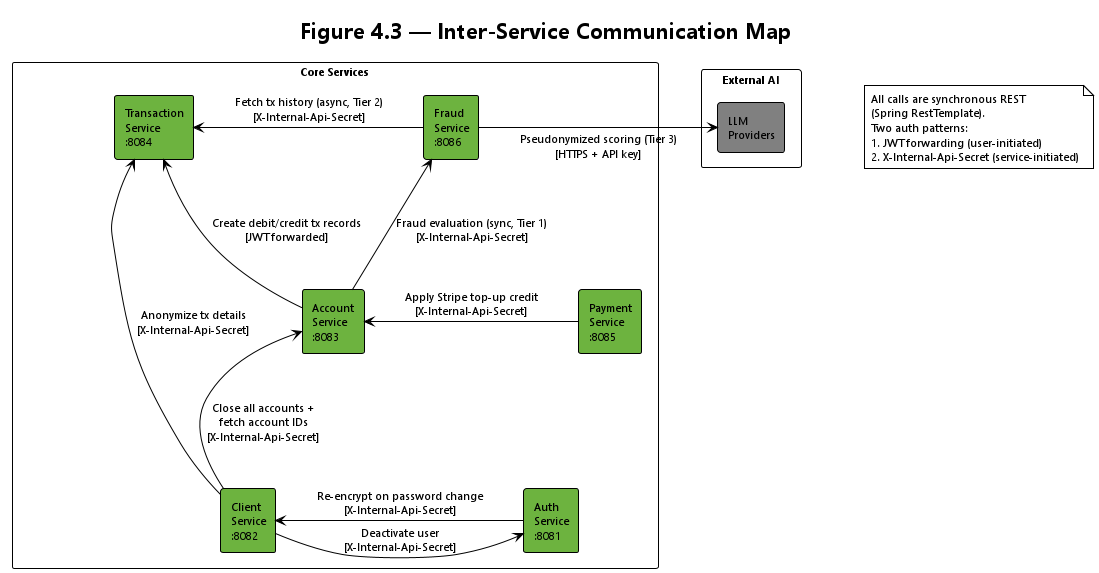
This is out/uml/chapter4/inter-service-communication/InterService_Communication.png from TurcanuTeodor/Online-Internet-Banking, a PlantUML export, as it was before one commit. The source it was exported from:
```plantuml
@startuml InterService_Communication
!theme plain
skinparam backgroundColor white
skinparam defaultFontName "Segoe UI"
skinparam defaultFontSize 11
skinparam shadowing false
skinparam nodesep 80
skinparam ranksep 90
skinparam packageStyle rectangle

title Figure 4.3 — Inter-Service Communication Map

note as N1
  All calls are synchronous REST
  (Spring RestTemplate).
  Two auth patterns:
  1. JWT forwarding (user-initiated)
  2. X-Internal-Api-Secret (service-initiated)
end note

package "Core Services" {
  rectangle "Transaction\nService\n:8084" as TX #6DB33F
  rectangle "Fraud\nService\n:8086" as FRAUD #6DB33F
  rectangle "Account\nService\n:8083" as ACCOUNT #6DB33F
  rectangle "Payment\nService\n:8085" as PAY #6DB33F
  rectangle "Client\nService\n:8082" as CLIENT #6DB33F
  rectangle "Auth\nService\n:8081" as AUTH #6DB33F
}

package "External AI" {
  rectangle "LLM\nProviders" as LLM #gray
}

TX -[hidden]right-> FRAUD
ACCOUNT -[hidden]right-> PAY
CLIENT -[hidden]right-> AUTH

TX -[hidden]down-> ACCOUNT
ACCOUNT -[hidden]down-> CLIENT
FRAUD -[hidden]down-> PAY
PAY -[hidden]down-> AUTH

FRAUD -[hidden]right-> LLM

ACCOUNT -up-> TX : Create debit/credit tx records\n[JWT forwarded]
ACCOUNT -up-> FRAUD : Fraud evaluation (sync, Tier 1)\n[X-Internal-Api-Secret]
FRAUD -left-> TX : Fetch tx history (async, Tier 2)\n[X-Internal-Api-Secret]
FRAUD -right-> LLM : Pseudonymized scoring (Tier 3)\n[HTTPS + API key]
PAY -left-> ACCOUNT : Apply Stripe top-up credit\n[X-Internal-Api-Secret]
AUTH -left-> CLIENT : Re-encrypt on password change\n[X-Internal-Api-Secret]
CLIENT -right-> AUTH : Deactivate user\n[X-Internal-Api-Secret]
CLIENT -up-> ACCOUNT : Close all accounts +\nfetch account IDs\n[X-Internal-Api-Secret]
CLIENT -up-> TX : Anonymize tx details\n[X-Internal-Api-Secret]

@enduml
```
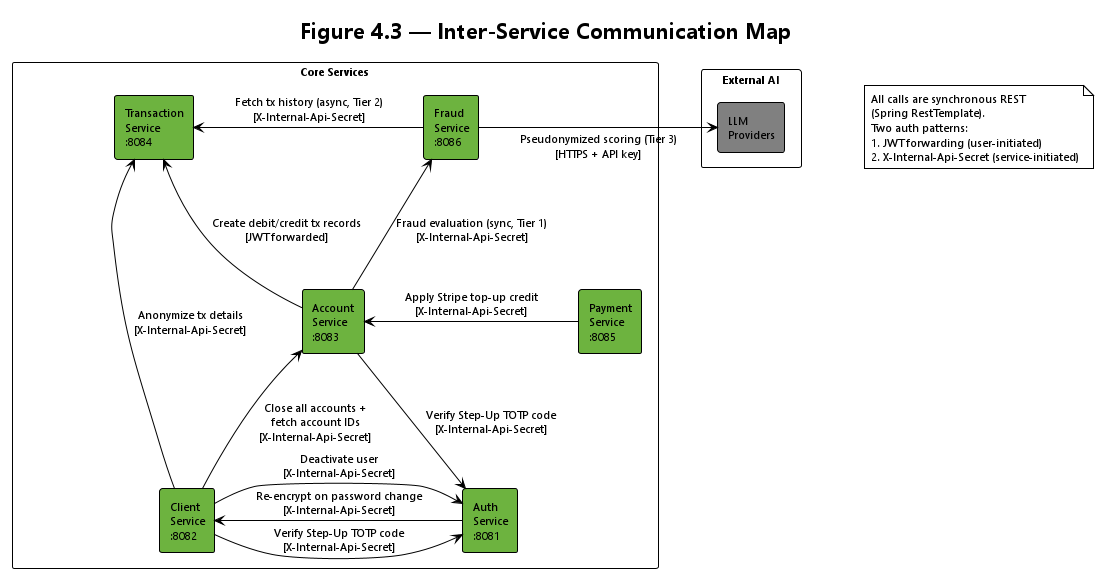
Above is the later version.

Change to the diagram source:
```diff
@@ -44,10 +44,16 @@
 
 ACCOUNT -up-> TX : Create debit/credit tx records\n[JWT forwarded]
 ACCOUNT -up-> FRAUD : Fraud evaluation (sync, Tier 1)\n[X-Internal-Api-Secret]
+
 FRAUD -left-> TX : Fetch tx history (async, Tier 2)\n[X-Internal-Api-Secret]
 FRAUD -right-> LLM : Pseudonymized scoring (Tier 3)\n[HTTPS + API key]
+
 PAY -left-> ACCOUNT : Apply Stripe top-up credit\n[X-Internal-Api-Secret]
+
 AUTH -left-> CLIENT : Re-encrypt on password change\n[X-Internal-Api-Secret]
+ACCOUNT -down-> AUTH : Verify Step-Up TOTP code\n[X-Internal-Api-Secret]
+CLIENT -right-> AUTH : Verify Step-Up TOTP code\n[X-Internal-Api-Secret]
+
 CLIENT -right-> AUTH : Deactivate user\n[X-Internal-Api-Secret]
 CLIENT -up-> ACCOUNT : Close all accounts +\nfetch account IDs\n[X-Internal-Api-Secret]
 CLIENT -up-> TX : Anonymize tx details\n[X-Internal-Api-Secret]
```
